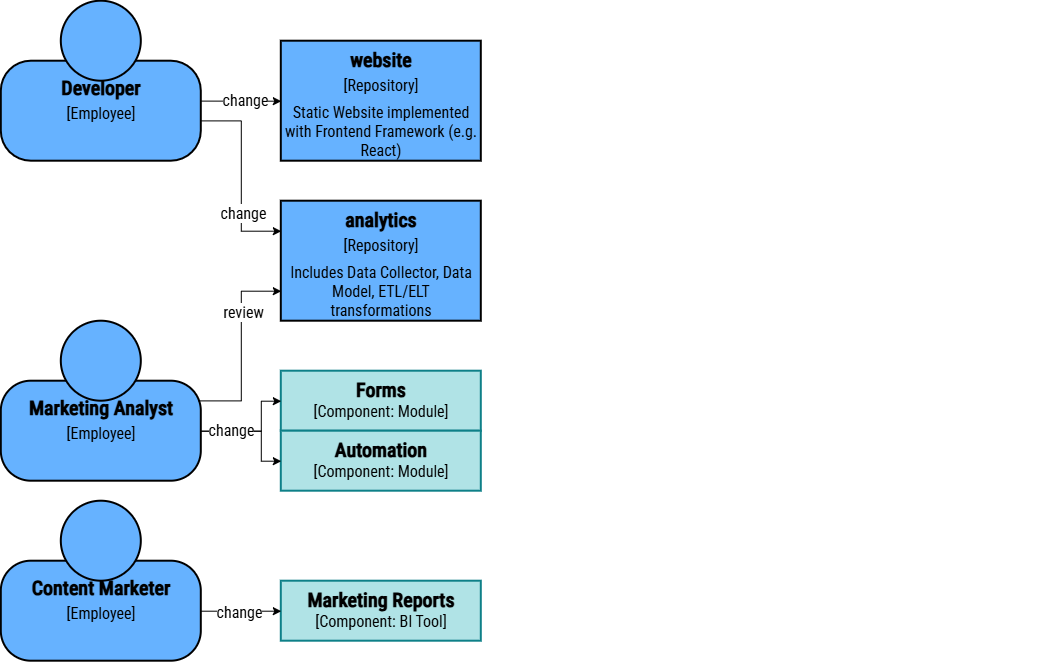
Earlier version of the draw.io export chapter-11/figure-11.07.drawio.png (software-architecture-guild/modeling-software-architecture). Source tidied: cells renumbered, new cells last; positions are measured from the earlier drawing's top-left corner, leaving out a move shared by most shapes.
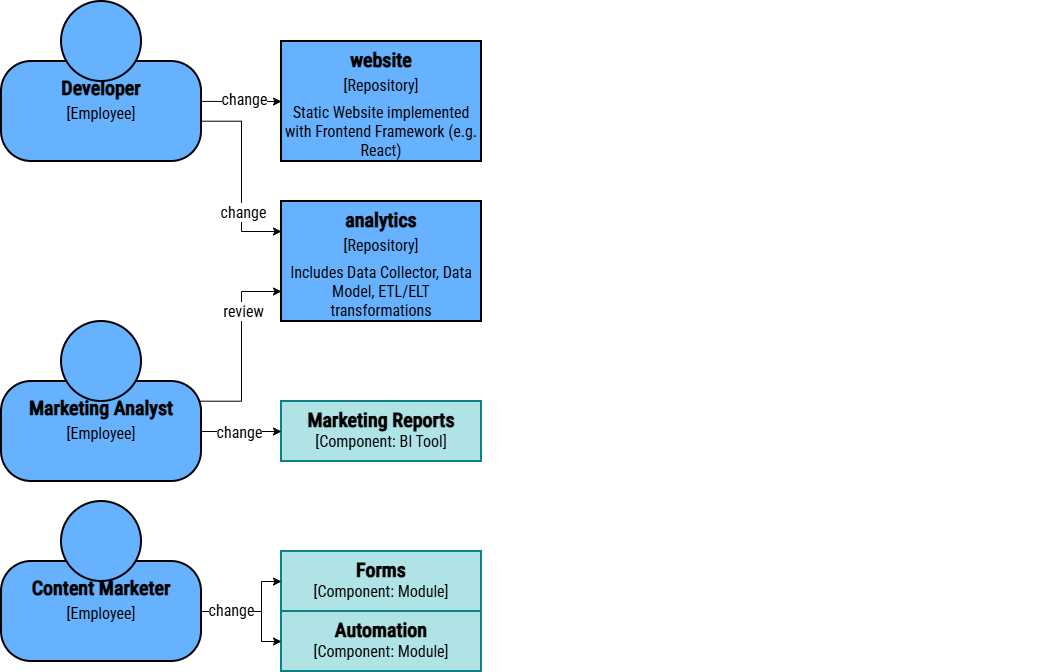
After the change.

The edit, as a diff of the source:
```diff
@@ -69,42 +69,44 @@
       <mxGeometry x="280" y="260" width="200" height="60" as="geometry" />
     </mxCell>
     <mxCell id="22" value="&lt;font&gt;&lt;font style=&quot;font-size: 20px;&quot;&gt;&lt;b&gt;&lt;font&gt;&lt;span&gt;Marketing Reports&lt;/span&gt;&lt;/font&gt;&lt;/b&gt;&lt;br&gt;&lt;/font&gt;&lt;font&gt;[&lt;/font&gt;&lt;/font&gt;&lt;span&gt;Component&lt;/span&gt;&lt;font&gt;&lt;font&gt;: BI Tool]&lt;/font&gt;&lt;/font&gt;" style="rounded=0;whiteSpace=wrap;html=1;strokeWidth=2;fillColor=#b0e3e6;strokeColor=#0e8088;verticalAlign=top;fontFamily=Roboto Condensed;fontSource=https%3A%2F%2Ffonts.googleapis.com%2Fcss%3Ffamily%3DRoboto%2BCondensed;fontColor=#000000;fontSize=16;" parent="1" vertex="1">
-      <mxGeometry x="280" y="580" width="200" height="60" as="geometry" />
+      <mxGeometry x="280" y="400" width="200" height="60" as="geometry" />
     </mxCell>
     <mxCell id="23" value="&lt;font&gt;&lt;b&gt;&lt;font style=&quot;font-size: 20px;&quot;&gt;Forms&lt;/font&gt;&lt;/b&gt;&lt;br&gt;&lt;font&gt;[&lt;/font&gt;&lt;/font&gt;&lt;span&gt;Component&lt;/span&gt;&lt;font&gt;&lt;font&gt;: Module]&lt;br&gt;&lt;/font&gt;&lt;/font&gt;" style="rounded=0;whiteSpace=wrap;html=1;strokeWidth=2;fillColor=#b0e3e6;strokeColor=#0e8088;verticalAlign=top;fontFamily=Roboto Condensed;fontSource=https%3A%2F%2Ffonts.googleapis.com%2Fcss%3Ffamily%3DRoboto%2BCondensed;fontColor=#000000;fontSize=16;" parent="1" vertex="1">
-      <mxGeometry x="280" y="370" width="200" height="60" as="geometry" />
+      <mxGeometry x="280" y="550" width="200" height="60" as="geometry" />
     </mxCell>
     <mxCell id="24" value="&lt;font&gt;&lt;b&gt;&lt;font style=&quot;font-size: 20px;&quot;&gt;Automation&lt;/font&gt;&lt;/b&gt;&lt;br&gt;&lt;font&gt;[&lt;/font&gt;&lt;/font&gt;&lt;span&gt;Component&lt;/span&gt;&lt;font&gt;&lt;font&gt;: Module]&lt;br&gt;&lt;/font&gt;&lt;/font&gt;" style="rounded=0;whiteSpace=wrap;html=1;strokeWidth=2;fillColor=#b0e3e6;strokeColor=#0e8088;verticalAlign=top;fontFamily=Roboto Condensed;fontSource=https%3A%2F%2Ffonts.googleapis.com%2Fcss%3Ffamily%3DRoboto%2BCondensed;fontColor=#000000;fontSize=16;" parent="1" vertex="1">
-      <mxGeometry x="280" y="430" width="200" height="60" as="geometry" />
+      <mxGeometry x="280" y="610" width="200" height="60" as="geometry" />
     </mxCell>
-    <mxCell id="25" style="edgeStyle=none;shape=connector;rounded=0;html=1;strokeColor=#000000;align=center;verticalAlign=middle;fontFamily=IBM Plex Mono;fontSource=https%3A%2F%2Ffonts.googleapis.com%2Fcss%3Ffamily%3DIBM%2BPlex%2BMono;fontSize=11;fontColor=#000000;labelBackgroundColor=default;endArrow=classic;" parent="1" edge="1" source="10" target="22">
-      <mxGeometry relative="1" as="geometry" />
-    </mxCell>
-    <mxCell id="26" value="&lt;span style=&quot;color: rgb(0, 0, 0); font-family: &amp;quot;Roboto Condensed&amp;quot;; font-size: 16px;&quot;&gt;change&lt;/span&gt;" style="edgeLabel;html=1;align=center;verticalAlign=middle;fontFamily=IBM Plex Mono;fontSource=https%3A%2F%2Ffonts.googleapis.com%2Fcss%3Ffamily%3DIBM%2BPlex%2BMono;fontSize=11;fontColor=#000000;labelBackgroundColor=default;" parent="25" vertex="1">
-      <mxGeometry x="-0.33" relative="1" as="geometry">
-        <mxPoint x="10" as="offset" />
-      </mxGeometry>
-    </mxCell>
-    <mxCell id="27" style="edgeStyle=orthogonalEdgeStyle;shape=connector;rounded=0;html=1;entryX=0;entryY=0.5;entryDx=0;entryDy=0;strokeColor=#000000;align=center;verticalAlign=middle;fontFamily=IBM Plex Mono;fontSource=https%3A%2F%2Ffonts.googleapis.com%2Fcss%3Ffamily%3DIBM%2BPlex%2BMono;fontSize=11;fontColor=#000000;labelBackgroundColor=default;endArrow=classic;exitX=1;exitY=0.5;exitDx=0;exitDy=0;" parent="1" edge="1" source="13" target="23">
-      <mxGeometry relative="1" as="geometry">
-        <Array as="points">
-          <mxPoint x="260" y="430" />
-          <mxPoint x="260" y="400" />
-        </Array>
-      </mxGeometry>
-    </mxCell>
-    <mxCell id="28" style="edgeStyle=orthogonalEdgeStyle;shape=connector;rounded=0;html=1;entryX=0;entryY=0.5;entryDx=0;entryDy=0;strokeColor=#000000;align=center;verticalAlign=middle;fontFamily=IBM Plex Mono;fontSource=https%3A%2F%2Ffonts.googleapis.com%2Fcss%3Ffamily%3DIBM%2BPlex%2BMono;fontSize=11;fontColor=#000000;labelBackgroundColor=default;endArrow=classic;exitX=1;exitY=0.5;exitDx=0;exitDy=0;" parent="1" edge="1" source="13" target="24">
-      <mxGeometry relative="1" as="geometry">
-        <Array as="points">
-          <mxPoint x="260" y="430" />
-          <mxPoint x="260" y="460" />
-        </Array>
-      </mxGeometry>
-    </mxCell>
-    <mxCell id="29" value="&lt;span style=&quot;color: rgb(0, 0, 0); font-family: &amp;quot;Roboto Condensed&amp;quot;; font-size: 16px;&quot;&gt;change&lt;/span&gt;" style="edgeLabel;html=1;align=center;verticalAlign=middle;fontFamily=IBM Plex Mono;fontSource=https%3A%2F%2Ffonts.googleapis.com%2Fcss%3Ffamily%3DIBM%2BPlex%2BMono;fontSize=11;fontColor=#000000;labelBackgroundColor=default;" parent="28" vertex="1">
-      <mxGeometry x="-0.35" relative="1" as="geometry">
-        <mxPoint x="-7" y="-2" as="offset" />
-      </mxGeometry>
-    </mxCell>
+    <mxCell id="30" style="edgeStyle=none;shape=connector;rounded=0;html=1;strokeColor=#000000;align=center;verticalAlign=middle;fontFamily=IBM Plex Mono;fontSource=https%3A%2F%2Ffonts.googleapis.com%2Fcss%3Ffamily%3DIBM%2BPlex%2BMono;fontSize=11;fontColor=#000000;labelBackgroundColor=default;endArrow=classic;entryX=0;entryY=0.5;entryDx=0;entryDy=0;" parent="1" edge="1" source="13" target="22">
+      <mxGeometry relative="1" as="geometry" />
+    </mxCell>
+    <mxCell id="31" value="&lt;span style=&quot;color: rgb(0, 0, 0); font-family: &amp;quot;Roboto Condensed&amp;quot;; font-size: 16px;&quot;&gt;change&lt;/span&gt;" style="edgeLabel;html=1;align=center;verticalAlign=middle;fontFamily=IBM Plex Mono;fontSource=https%3A%2F%2Ffonts.googleapis.com%2Fcss%3Ffamily%3DIBM%2BPlex%2BMono;fontSize=11;fontColor=#000000;labelBackgroundColor=default;" parent="30" vertex="1">
+      <mxGeometry x="-0.33" relative="1" as="geometry">
+        <mxPoint x="10" as="offset" />
+      </mxGeometry>
+    </mxCell>
+    <mxCell id="32" style="edgeStyle=orthogonalEdgeStyle;shape=connector;rounded=0;html=1;entryX=0;entryY=0.5;entryDx=0;entryDy=0;strokeColor=#000000;align=center;verticalAlign=middle;fontFamily=IBM Plex Mono;fontSource=https%3A%2F%2Ffonts.googleapis.com%2Fcss%3Ffamily%3DIBM%2BPlex%2BMono;fontSize=11;fontColor=#000000;labelBackgroundColor=default;endArrow=classic;exitX=1;exitY=0.5;exitDx=0;exitDy=0;" parent="1" edge="1" target="23">
+      <mxGeometry relative="1" as="geometry">
+        <mxPoint x="200" y="610" as="sourcePoint" />
+        <Array as="points">
+          <mxPoint x="260" y="610" />
+          <mxPoint x="260" y="580" />
+        </Array>
+      </mxGeometry>
+    </mxCell>
+    <mxCell id="33" style="edgeStyle=orthogonalEdgeStyle;shape=connector;rounded=0;html=1;entryX=0;entryY=0.5;entryDx=0;entryDy=0;strokeColor=#000000;align=center;verticalAlign=middle;fontFamily=IBM Plex Mono;fontSource=https%3A%2F%2Ffonts.googleapis.com%2Fcss%3Ffamily%3DIBM%2BPlex%2BMono;fontSize=11;fontColor=#000000;labelBackgroundColor=default;endArrow=classic;exitX=1;exitY=0.5;exitDx=0;exitDy=0;" parent="1" edge="1" target="24">
+      <mxGeometry relative="1" as="geometry">
+        <mxPoint x="200" y="610" as="sourcePoint" />
+        <Array as="points">
+          <mxPoint x="260" y="610" />
+          <mxPoint x="260" y="640" />
+        </Array>
+      </mxGeometry>
+    </mxCell>
+    <mxCell id="34" value="&lt;span style=&quot;color: rgb(0, 0, 0); font-family: &amp;quot;Roboto Condensed&amp;quot;; font-size: 16px;&quot;&gt;change&lt;/span&gt;" style="edgeLabel;html=1;align=center;verticalAlign=middle;fontFamily=IBM Plex Mono;fontSource=https%3A%2F%2Ffonts.googleapis.com%2Fcss%3Ffamily%3DIBM%2BPlex%2BMono;fontSize=11;fontColor=#000000;labelBackgroundColor=default;" parent="33" vertex="1">
+      <mxGeometry x="-0.35" relative="1" as="geometry">
+        <mxPoint x="-7" y="-2" as="offset" />
+      </mxGeometry>
+    </mxCell>
   </root>
 </mxGraphModel>
```
